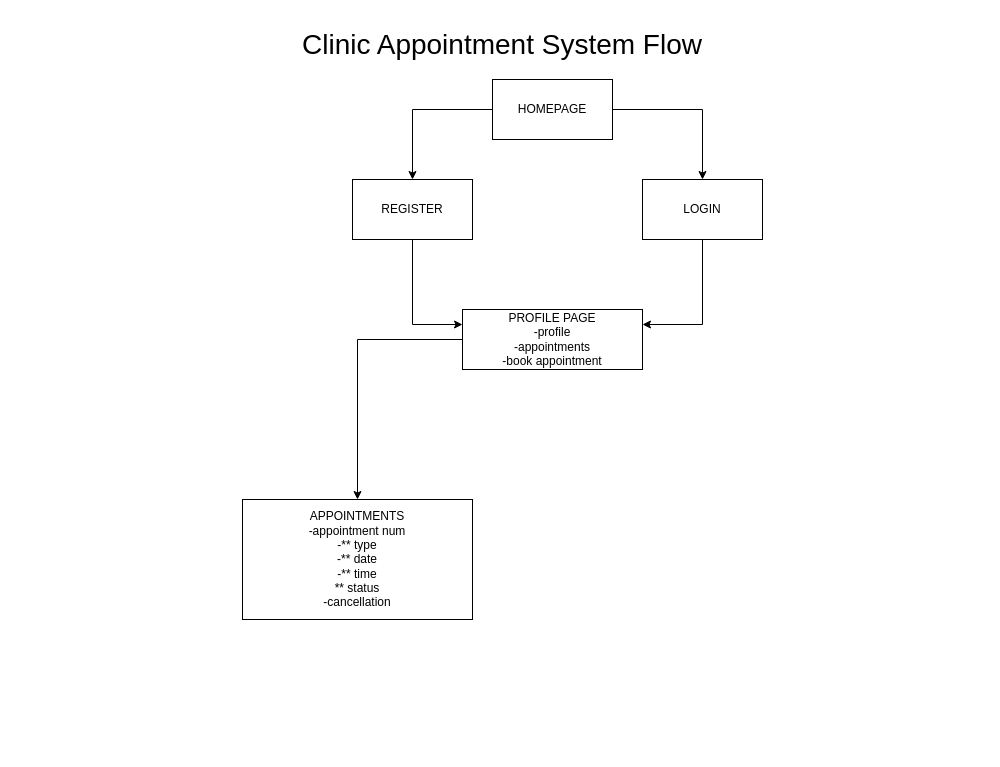
The draw.io diagram clinicAppointment.drawio in jolorambongga/clinic-appointment, before the edit. Source tidied: cells renumbered, new cells numbered last; positions are measured from the earlier drawing's top-left corner, leaving out a move shared by most shapes. Both pictures are drawn from the tidied source at 100%, with x=0, y=0 at pixel (242, 29).
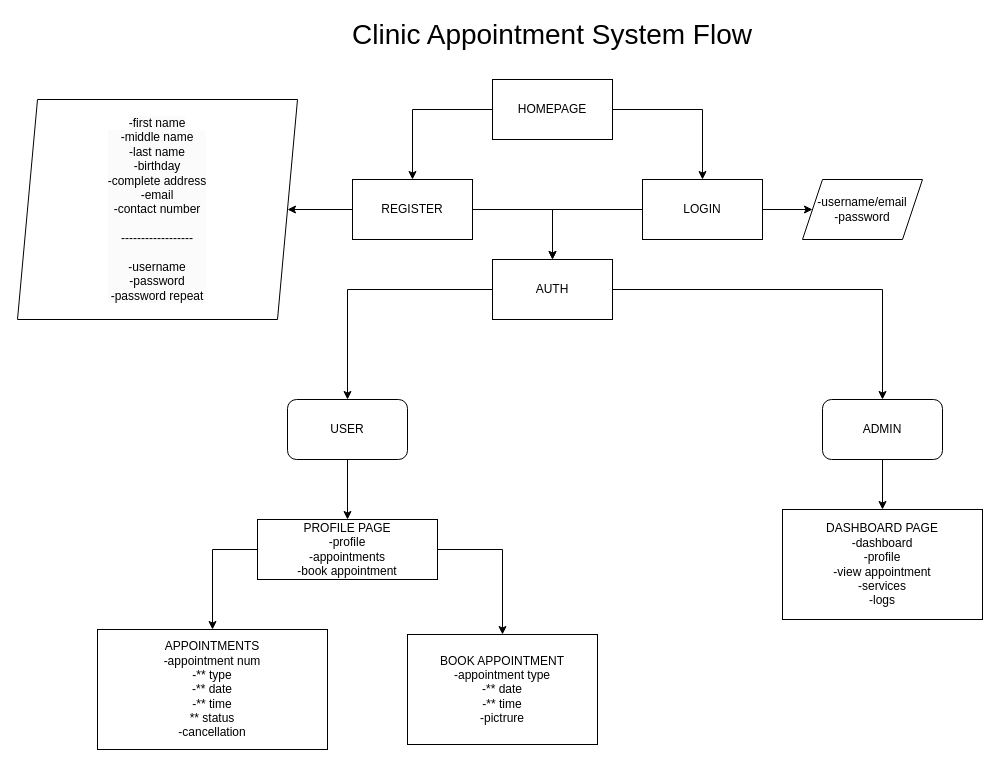
The same page after the edit.

Unchanged cells that the change refers to:
```xml
<mxCell id="7" value="REGISTER" style="rounded=0;whiteSpace=wrap;html=1;" parent="1" vertex="1">
  <mxGeometry x="110" y="150" width="120" height="60" as="geometry" />
</mxCell>
<mxCell id="9" value="LOGIN" style="rounded=0;whiteSpace=wrap;html=1;" parent="1" vertex="1">
  <mxGeometry x="400" y="150" width="120" height="60" as="geometry" />
</mxCell>
```

Change to the diagram source:
```diff
@@
     <mxCell id="5" value="Clinic Appointment System Flow" style="text;html=1;align=center;verticalAlign=middle;whiteSpace=wrap;rounded=0;fontStyle=0;fontFamily=Helvetica;fontSize=28;" parent="1" vertex="1">
-      <mxGeometry x="30" width="460" height="30" as="geometry" />
+      <mxGeometry x="80" y="-10" width="460" height="30" as="geometry" />
     </mxCell>
-    <mxCell id="6" style="edgeStyle=orthogonalEdgeStyle;rounded=0;jettySize=auto;html=1;entryX=0;entryY=0.25;entryDx=0;entryDy=0;exitX=0.5;exitY=1;exitDx=0;exitDy=0;" parent="1" edge="1" source="7" target="11">
-      <mxGeometry relative="1" as="geometry" />
-    </mxCell>
+    <mxCell id="13" style="edgeStyle=orthogonalEdgeStyle;rounded=0;jettySize=auto;html=1;entryX=1;entryY=0.5;entryDx=0;entryDy=0;" parent="1" edge="1" source="7" target="19">
+      <mxGeometry relative="1" as="geometry" />
+    </mxCell>
+    <mxCell id="14" style="edgeStyle=orthogonalEdgeStyle;rounded=0;jettySize=auto;html=1;entryX=0.5;entryY=0;entryDx=0;entryDy=0;" parent="1" edge="1" source="7" target="23">
+      <mxGeometry relative="1" as="geometry" />
+    </mxCell>
@@
-    <mxCell id="8" style="edgeStyle=orthogonalEdgeStyle;rounded=0;jettySize=auto;html=1;entryX=1;entryY=0.25;entryDx=0;entryDy=0;exitX=0.5;exitY=1;exitDx=0;exitDy=0;" parent="1" edge="1" source="9" target="11">
-      <mxGeometry relative="1" as="geometry" />
-    </mxCell>
+    <mxCell id="15" style="edgeStyle=orthogonalEdgeStyle;rounded=0;jettySize=auto;html=1;entryX=0;entryY=0.5;entryDx=0;entryDy=0;" parent="1" edge="1" source="9" target="20">
+      <mxGeometry relative="1" as="geometry" />
+    </mxCell>
+    <mxCell id="16" style="edgeStyle=orthogonalEdgeStyle;rounded=0;jettySize=auto;html=1;entryX=0.5;entryY=0;entryDx=0;entryDy=0;" parent="1" edge="1" source="9" target="23">
+      <mxGeometry relative="1" as="geometry" />
+    </mxCell>
@@
+    <mxCell id="17" style="edgeStyle=orthogonalEdgeStyle;rounded=0;jettySize=auto;html=1;exitX=1;exitY=0.5;exitDx=0;exitDy=0;entryX=0.5;entryY=0;entryDx=0;entryDy=0;" parent="1" edge="1" source="11" target="18">
+      <mxGeometry relative="1" as="geometry" />
+    </mxCell>
-    <mxCell id="10" style="edgeStyle=orthogonalEdgeStyle;rounded=0;jettySize=auto;html=1;entryX=0.5;entryY=0;entryDx=0;entryDy=0;exitX=0;exitY=0.5;exitDx=0;exitDy=0;" parent="1" edge="1" source="11" target="12">
+    <mxCell id="10" style="edgeStyle=orthogonalEdgeStyle;rounded=0;jettySize=auto;html=1;exitX=0;exitY=0.5;exitDx=0;exitDy=0;entryX=0.5;entryY=0;entryDx=0;entryDy=0;" parent="1" edge="1" source="11" target="12">
       <mxGeometry relative="1" as="geometry" />
     </mxCell>
     <mxCell id="11" value="PROFILE PAGE&lt;div&gt;-profile&lt;br&gt;&lt;div&gt;-appointments&lt;/div&gt;&lt;div&gt;-book appointment&lt;/div&gt;&lt;/div&gt;" style="rounded=0;whiteSpace=wrap;html=1;" parent="1" vertex="1">
-      <mxGeometry x="220" y="280" width="180" height="60" as="geometry" />
+      <mxGeometry x="15" y="490" width="180" height="60" as="geometry" />
     </mxCell>
     <mxCell id="12" value="APPOINTMENTS&lt;div&gt;-appointment num&lt;/div&gt;&lt;div&gt;-** type&lt;/div&gt;&lt;div&gt;-** date&lt;/div&gt;&lt;div&gt;-** time&lt;/div&gt;&lt;div&gt;** status&lt;/div&gt;&lt;div&gt;-cancellation&lt;/div&gt;" style="rounded=0;whiteSpace=wrap;html=1;" parent="1" vertex="1">
-      <mxGeometry y="470" width="230" height="120" as="geometry" />
+      <mxGeometry x="-145" y="600" width="230" height="120" as="geometry" />
     </mxCell>
+    <mxCell id="18" value="BOOK APPOINTMENT&lt;div&gt;-appointment type&lt;/div&gt;&lt;div&gt;-** date&lt;/div&gt;&lt;div&gt;-** time&lt;/div&gt;&lt;div&gt;-pictrure&lt;/div&gt;" style="rounded=0;whiteSpace=wrap;html=1;" parent="1" vertex="1">
+      <mxGeometry x="165" y="605" width="190" height="110" as="geometry" />
+    </mxCell>
+    <mxCell id="19" value="&lt;span style=&quot;color: rgb(0, 0, 0); font-family: Helvetica; font-size: 12px; font-style: normal; font-variant-ligatures: normal; font-variant-caps: normal; font-weight: 400; letter-spacing: normal; orphans: 2; text-align: center; text-indent: 0px; text-transform: none; widows: 2; word-spacing: 0px; -webkit-text-stroke-width: 0px; white-space: normal; background-color: rgb(251, 251, 251); text-decoration-thickness: initial; text-decoration-style: initial; text-decoration-color: initial; display: inline !important; float: none;&quot;&gt;-first name&lt;/span&gt;&lt;div style=&quot;forced-color-adjust: none; color: rgb(0, 0, 0); font-family: Helvetica; font-size: 12px; font-style: normal; font-variant-ligatures: normal; font-variant-caps: normal; font-weight: 400; letter-spacing: normal; orphans: 2; text-align: center; text-indent: 0px; text-transform: none; widows: 2; word-spacing: 0px; -webkit-text-stroke-width: 0px; white-space: normal; background-color: rgb(251, 251, 251); text-decoration-thickness: initial; text-decoration-style: initial; text-decoration-color: initial;&quot;&gt;-middle name&lt;/div&gt;&lt;div style=&quot;forced-color-adjust: none; color: rgb(0, 0, 0); font-family: Helvetica; font-size: 12px; font-style: normal; font-variant-ligatures: normal; font-variant-caps: normal; font-weight: 400; letter-spacing: normal; orphans: 2; text-align: center; text-indent: 0px; text-transform: none; widows: 2; word-spacing: 0px; -webkit-text-stroke-width: 0px; white-space: normal; background-color: rgb(251, 251, 251); text-decoration-thickness: initial; text-decoration-style: initial; text-decoration-color: initial;&quot;&gt;-last name&lt;/div&gt;&lt;div style=&quot;forced-color-adjust: none; color: rgb(0, 0, 0); font-family: Helvetica; font-size: 12px; font-style: normal; font-variant-ligatures: normal; font-variant-caps: normal; font-weight: 400; letter-spacing: normal; orphans: 2; text-align: center; text-indent: 0px; text-transform: none; widows: 2; word-spacing: 0px; -webkit-text-stroke-width: 0px; white-space: normal; background-color: rgb(251, 251, 251); text-decoration-thickness: initial; text-decoration-style: initial; text-decoration-color: initial;&quot;&gt;-birthday&lt;br style=&quot;forced-color-adjust: none;&quot;&gt;&lt;/div&gt;&lt;div style=&quot;forced-color-adjust: none; color: rgb(0, 0, 0); font-family: Helvetica; font-size: 12px; font-style: normal; font-variant-ligatures: normal; font-variant-caps: normal; font-weight: 400; letter-spacing: normal; orphans: 2; text-align: center; text-indent: 0px; text-transform: none; widows: 2; word-spacing: 0px; -webkit-text-stroke-width: 0px; white-space: normal; background-color: rgb(251, 251, 251); text-decoration-thickness: initial; text-decoration-style: initial; text-decoration-color: initial;&quot;&gt;-complete address&lt;/div&gt;&lt;div style=&quot;forced-color-adjust: none; color: rgb(0, 0, 0); font-family: Helvetica; font-size: 12px; font-style: normal; font-variant-ligatures: normal; font-variant-caps: normal; font-weight: 400; letter-spacing: normal; orphans: 2; text-align: center; text-indent: 0px; text-transform: none; widows: 2; word-spacing: 0px; -webkit-text-stroke-width: 0px; white-space: normal; background-color: rgb(251, 251, 251); text-decoration-thickness: initial; text-decoration-style: initial; text-decoration-color: initial;&quot;&gt;-email&lt;/div&gt;&lt;div style=&quot;forced-color-adjust: none; color: rgb(0, 0, 0); font-family: Helvetica; font-size: 12px; font-style: normal; font-variant-ligatures: normal; font-variant-caps: normal; font-weight: 400; letter-spacing: normal; orphans: 2; text-align: center; text-indent: 0px; text-transform: none; widows: 2; word-spacing: 0px; -webkit-text-stroke-width: 0px; white-space: normal; background-color: rgb(251, 251, 251); text-decoration-thickness: initial; text-decoration-style: initial; text-decoration-color: initial;&quot;&gt;-contact number&lt;/div&gt;&lt;div style=&quot;forced-color-adjust: none; color: rgb(0, 0, 0); font-family: Helvetica; font-size: 12px; font-style: normal; font-variant-ligatures: normal; font-variant-caps: normal; font-weight: 400; letter-spacing: normal; orphans: 2; text-align: center; text-indent: 0px; text-transform: none; widows: 2; word-spacing: 0px; -webkit-text-stroke-width: 0px; white-space: normal; background-color: rgb(251, 251, 251); text-decoration-thickness: initial; text-decoration-style: initial; text-decoration-color: initial;&quot;&gt;&lt;br&gt;&lt;/div&gt;&lt;div style=&quot;forced-color-adjust: none; color: rgb(0, 0, 0); font-family: Helvetica; font-size: 12px; font-style: normal; font-variant-ligatures: normal; font-variant-caps: normal; font-weight: 400; letter-spacing: normal; orphans: 2; text-align: center; text-indent: 0px; text-transform: none; widows: 2; word-spacing: 0px; -webkit-text-stroke-width: 0px; white-space: normal; background-color: rgb(251, 251, 251); text-decoration-thickness: initial; text-decoration-style: initial; text-decoration-color: initial;&quot;&gt;------------------&lt;/div&gt;&lt;div style=&quot;forced-color-adjust: none; color: rgb(0, 0, 0); font-family: Helvetica; font-size: 12px; font-style: normal; font-variant-ligatures: normal; font-variant-caps: normal; font-weight: 400; letter-spacing: normal; orphans: 2; text-align: center; text-indent: 0px; text-transform: none; widows: 2; word-spacing: 0px; -webkit-text-stroke-width: 0px; white-space: normal; background-color: rgb(251, 251, 251); text-decoration-thickness: initial; text-decoration-style: initial; text-decoration-color: initial;&quot;&gt;&lt;br&gt;&lt;/div&gt;&lt;div style=&quot;forced-color-adjust: none; color: rgb(0, 0, 0); font-family: Helvetica; font-size: 12px; font-style: normal; font-variant-ligatures: normal; font-variant-caps: normal; font-weight: 400; letter-spacing: normal; orphans: 2; text-align: center; text-indent: 0px; text-transform: none; widows: 2; word-spacing: 0px; -webkit-text-stroke-width: 0px; white-space: normal; background-color: rgb(251, 251, 251); text-decoration-thickness: initial; text-decoration-style: initial; text-decoration-color: initial;&quot;&gt;-username&lt;/div&gt;&lt;div style=&quot;forced-color-adjust: none; color: rgb(0, 0, 0); font-family: Helvetica; font-size: 12px; font-style: normal; font-variant-ligatures: normal; font-variant-caps: normal; font-weight: 400; letter-spacing: normal; orphans: 2; text-align: center; text-indent: 0px; text-transform: none; widows: 2; word-spacing: 0px; -webkit-text-stroke-width: 0px; white-space: normal; background-color: rgb(251, 251, 251); text-decoration-thickness: initial; text-decoration-style: initial; text-decoration-color: initial;&quot;&gt;-password&lt;/div&gt;&lt;div style=&quot;forced-color-adjust: none; color: rgb(0, 0, 0); font-family: Helvetica; font-size: 12px; font-style: normal; font-variant-ligatures: normal; font-variant-caps: normal; font-weight: 400; letter-spacing: normal; orphans: 2; text-align: center; text-indent: 0px; text-transform: none; widows: 2; word-spacing: 0px; -webkit-text-stroke-width: 0px; white-space: normal; background-color: rgb(251, 251, 251); text-decoration-thickness: initial; text-decoration-style: initial; text-decoration-color: initial;&quot;&gt;-password repeat&lt;/div&gt;" style="shape=parallelogram;perimeter=parallelogramPerimeter;whiteSpace=wrap;html=1;fixedSize=1;" parent="1" vertex="1">
+      <mxGeometry x="-225" y="70" width="280" height="220" as="geometry" />
+    </mxCell>
+    <mxCell id="20" value="-username/email&lt;div&gt;-password&lt;/div&gt;" style="shape=parallelogram;perimeter=parallelogramPerimeter;whiteSpace=wrap;html=1;fixedSize=1;" parent="1" vertex="1">
+      <mxGeometry x="560" y="150" width="120" height="60" as="geometry" />
+    </mxCell>
+    <mxCell id="21" style="edgeStyle=orthogonalEdgeStyle;rounded=0;jettySize=auto;html=1;exitX=0;exitY=0.5;exitDx=0;exitDy=0;entryX=0.5;entryY=0;entryDx=0;entryDy=0;" parent="1" edge="1" source="23" target="25">
+      <mxGeometry relative="1" as="geometry" />
+    </mxCell>
+    <mxCell id="22" style="edgeStyle=orthogonalEdgeStyle;rounded=0;jettySize=auto;html=1;exitX=1;exitY=0.5;exitDx=0;exitDy=0;entryX=0.5;entryY=0;entryDx=0;entryDy=0;" parent="1" edge="1" source="23" target="27">
+      <mxGeometry relative="1" as="geometry" />
+    </mxCell>
+    <mxCell id="23" value="AUTH" style="rounded=0;whiteSpace=wrap;html=1;" parent="1" vertex="1">
+      <mxGeometry x="250" y="230" width="120" height="60" as="geometry" />
+    </mxCell>
+    <mxCell id="24" style="edgeStyle=orthogonalEdgeStyle;rounded=0;jettySize=auto;html=1;exitX=0.5;exitY=1;exitDx=0;exitDy=0;entryX=0.5;entryY=0;entryDx=0;entryDy=0;" parent="1" edge="1" source="25" target="11">
+      <mxGeometry relative="1" as="geometry" />
+    </mxCell>
+    <mxCell id="25" value="USER" style="rounded=1;whiteSpace=wrap;html=1;" parent="1" vertex="1">
+      <mxGeometry x="45" y="370" width="120" height="60" as="geometry" />
+    </mxCell>
+    <mxCell id="26" style="edgeStyle=orthogonalEdgeStyle;rounded=0;jettySize=auto;html=1;exitX=0.5;exitY=1;exitDx=0;exitDy=0;entryX=0.5;entryY=0;entryDx=0;entryDy=0;" parent="1" edge="1" source="27" target="28">
+      <mxGeometry relative="1" as="geometry" />
+    </mxCell>
+    <mxCell id="27" value="ADMIN" style="rounded=1;whiteSpace=wrap;html=1;" parent="1" vertex="1">
+      <mxGeometry x="580" y="370" width="120" height="60" as="geometry" />
+    </mxCell>
+    <mxCell id="28" value="DASHBOARD PAGE&lt;div&gt;-dashboard&lt;/div&gt;&lt;div&gt;-profile&lt;/div&gt;&lt;div&gt;-view appointment&lt;/div&gt;&lt;div&gt;-services&lt;/div&gt;&lt;div&gt;-logs&lt;/div&gt;" style="rounded=0;whiteSpace=wrap;html=1;" parent="1" vertex="1">
+      <mxGeometry x="540" y="480" width="200" height="110" as="geometry" />
+    </mxCell>
```
